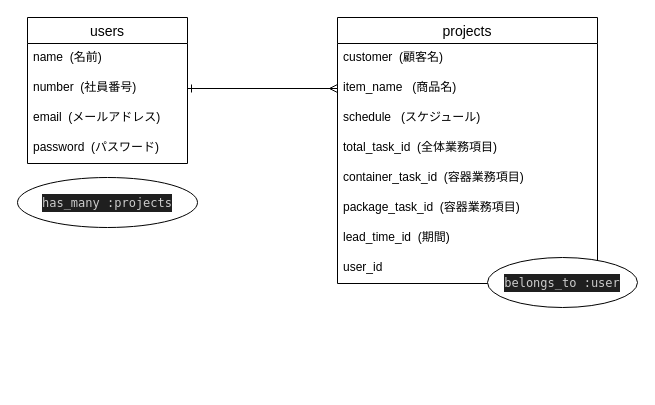
Before: ER.dio in hiroshi-43/cathand, a draw.io diagram. Source tidied: cells renumbered, new cells numbered last; positions are measured from the earlier drawing's top-left corner, leaving out a move shared by most shapes. Both pictures are drawn from the tidied source at 100%, with x=0, y=0 at pixel (17, 17).
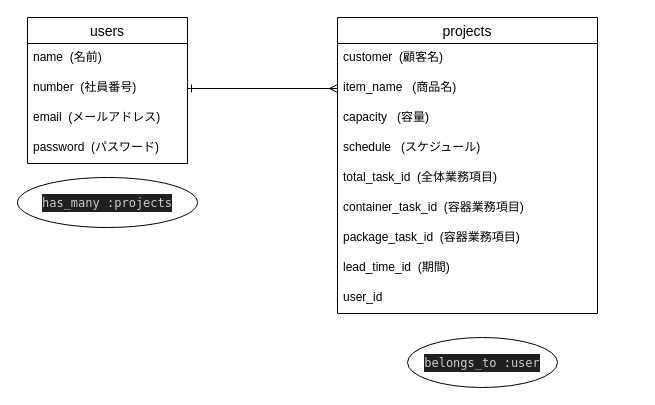
After the change.

The edit, as a diff of the source:
```diff
@@
 <mxGraphModel>
   <root>
     <mxCell id="0" />
     <mxCell id="1" parent="0" />
     <mxCell id="2" value="users" style="swimlane;fontStyle=0;horizontal=1;startSize=26;align=center;fontSize=14;" parent="1" vertex="1">
       <mxGeometry x="10" width="160" height="146" as="geometry" />
     </mxCell>
     <mxCell id="3" value="name  (名前)" style="text;strokeColor=none;fillColor=none;spacingLeft=4;spacingRight=4;overflow=hidden;fontSize=12;" parent="2" vertex="1">
       <mxGeometry y="26" width="160" height="30" as="geometry" />
     </mxCell>
     <mxCell id="4" value="number  (社員番号)" style="text;strokeColor=none;fillColor=none;spacingLeft=4;spacingRight=4;overflow=hidden;points=[[0,0.5],[1,0.5]];portConstraint=eastwest;fontSize=12;" parent="2" vertex="1">
       <mxGeometry y="56" width="160" height="30" as="geometry" />
     </mxCell>
     <mxCell id="5" value="email  (メールアドレス)" style="text;strokeColor=none;fillColor=none;spacingLeft=4;spacingRight=4;overflow=hidden;fontSize=12;" parent="2" vertex="1">
       <mxGeometry y="86" width="160" height="30" as="geometry" />
     </mxCell>
     <mxCell id="6" value="password  (パスワード)" style="text;strokeColor=none;fillColor=none;spacingLeft=4;spacingRight=4;overflow=hidden;fontSize=12;" parent="2" vertex="1">
       <mxGeometry y="116" width="160" height="30" as="geometry" />
     </mxCell>
     <mxCell id="7" value="projects" style="swimlane;fontStyle=0;horizontal=1;startSize=26;align=center;fontSize=14;" parent="1" vertex="1">
-      <mxGeometry x="320" width="260" height="266" as="geometry" />
+      <mxGeometry x="320" width="260" height="296" as="geometry" />
     </mxCell>
     <mxCell id="8" value="customer  (顧客名)" style="text;strokeColor=none;fillColor=none;spacingLeft=4;spacingRight=4;overflow=hidden;fontSize=12;" parent="7" vertex="1">
       <mxGeometry y="26" width="260" height="30" as="geometry" />
     </mxCell>
     <mxCell id="9" value="item_name   (商品名)" style="text;strokeColor=none;fillColor=none;spacingLeft=4;spacingRight=4;overflow=hidden;points=[[0,0.5],[1,0.5]];portConstraint=eastwest;fontSize=12;" parent="7" vertex="1">
       <mxGeometry y="56" width="260" height="30" as="geometry" />
     </mxCell>
+    <mxCell id="19" value="capacity   (容量)" style="text;strokeColor=none;fillColor=none;spacingLeft=4;spacingRight=4;overflow=hidden;fontSize=12;" parent="7" vertex="1">
+      <mxGeometry y="86" width="260" height="30" as="geometry" />
+    </mxCell>
     <mxCell id="10" value="schedule   (スケジュール)" style="text;strokeColor=none;fillColor=none;spacingLeft=4;spacingRight=4;overflow=hidden;fontSize=12;" parent="7" vertex="1">
-      <mxGeometry y="86" width="260" height="30" as="geometry" />
+      <mxGeometry y="116" width="260" height="30" as="geometry" />
     </mxCell>
     <mxCell id="11" value="total_task_id  (全体業務項目)" style="text;strokeColor=none;fillColor=none;spacingLeft=4;spacingRight=4;overflow=hidden;fontSize=12;" parent="7" vertex="1">
-      <mxGeometry y="116" width="260" height="30" as="geometry" />
+      <mxGeometry y="146" width="260" height="30" as="geometry" />
     </mxCell>
     <mxCell id="12" value="container_task_id  (容器業務項目)" style="text;strokeColor=none;fillColor=none;spacingLeft=4;spacingRight=4;overflow=hidden;fontSize=12;" parent="7" vertex="1">
-      <mxGeometry y="146" width="260" height="30" as="geometry" />
+      <mxGeometry y="176" width="260" height="30" as="geometry" />
     </mxCell>
     <mxCell id="13" value="package_task_id  (容器業務項目)" style="text;strokeColor=none;fillColor=none;spacingLeft=4;spacingRight=4;overflow=hidden;fontSize=12;" parent="7" vertex="1">
-      <mxGeometry y="176" width="260" height="30" as="geometry" />
+      <mxGeometry y="206" width="260" height="30" as="geometry" />
     </mxCell>
     <mxCell id="14" value="lead_time_id  (期間)" style="text;strokeColor=none;fillColor=none;spacingLeft=4;spacingRight=4;overflow=hidden;fontSize=12;" parent="7" vertex="1">
-      <mxGeometry y="206" width="260" height="30" as="geometry" />
+      <mxGeometry y="236" width="260" height="30" as="geometry" />
     </mxCell>
     <mxCell id="15" value="user_id " style="text;strokeColor=none;fillColor=none;spacingLeft=4;spacingRight=4;overflow=hidden;fontSize=12;" parent="7" vertex="1">
-      <mxGeometry y="236" width="260" height="30" as="geometry" />
+      <mxGeometry y="266" width="260" height="30" as="geometry" />
     </mxCell>
     <mxCell id="16" style="endArrow=ERmany;html=1;rounded=0;exitX=1;exitY=0.5;exitDx=0;exitDy=0;entryX=0;entryY=0.5;entryDx=0;entryDy=0;endFill=0;startArrow=ERone;startFill=0;" parent="1" edge="1" source="4" target="9">
       <mxGeometry relative="1" as="geometry" />
     </mxCell>
     <mxCell id="17" value="&lt;div style=&quot;color: rgb(204, 204, 204); background-color: rgb(31, 31, 31); font-family: Menlo, Monaco, &amp;quot;Courier New&amp;quot;, monospace; line-height: 18px;&quot;&gt;&lt;div&gt;has_many :projects&lt;/div&gt;&lt;/div&gt;" style="ellipse;whiteSpace=wrap;html=1;align=center;" parent="1" vertex="1">
       <mxGeometry y="160" width="180" height="50" as="geometry" />
     </mxCell>
     <mxCell id="18" value="&lt;div style=&quot;color: rgb(204, 204, 204); background-color: rgb(31, 31, 31); font-family: Menlo, Monaco, &amp;quot;Courier New&amp;quot;, monospace; line-height: 18px;&quot;&gt;belongs_to :user&lt;br&gt;&lt;/div&gt;" style="ellipse;whiteSpace=wrap;html=1;align=center;" parent="1" vertex="1">
-      <mxGeometry x="470" y="240" width="150" height="50" as="geometry" />
+      <mxGeometry x="390" y="320" width="150" height="50" as="geometry" />
     </mxCell>
   </root>
 </mxGraphModel>
```
